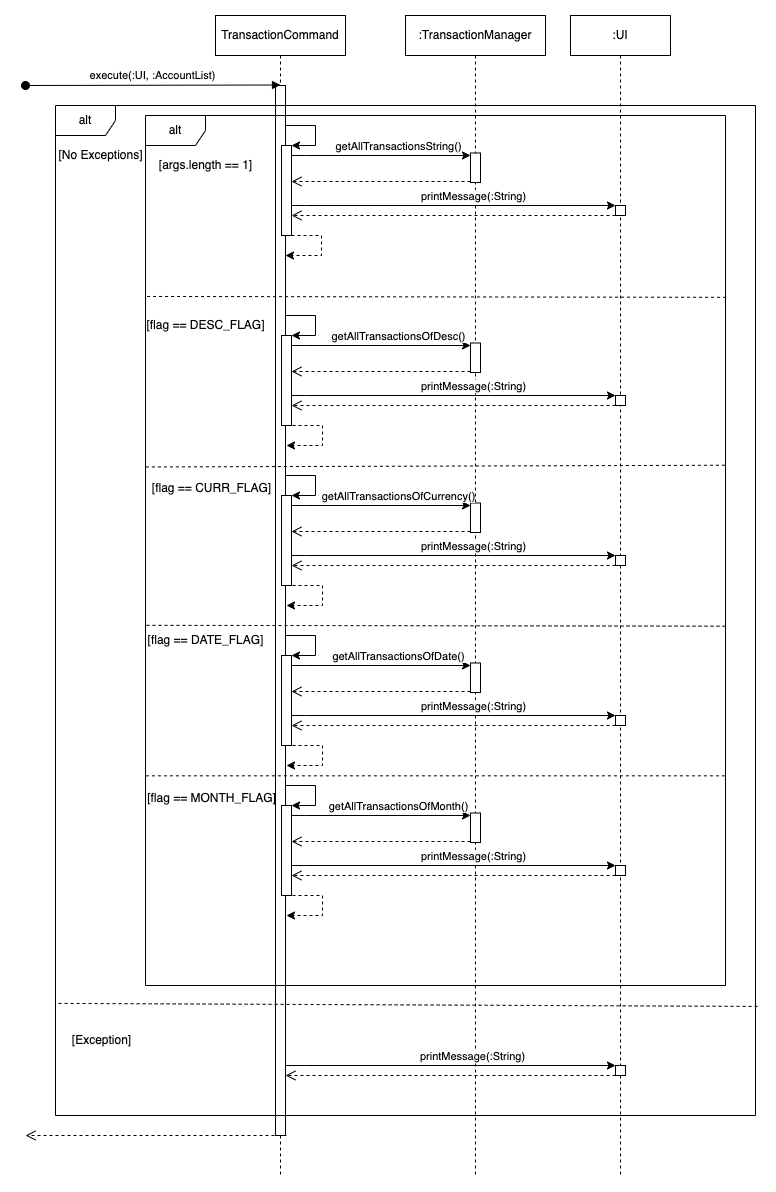
This is docs/images/ShowTransactionsSeqDiagram.png from nus-cs2113-AY2223S2/tp, a draw.io export, as it was before one commit. Source tidied: cells renumbered, new cells last; positions are measured from the earlier drawing's top-left corner, leaving out a move shared by most shapes.
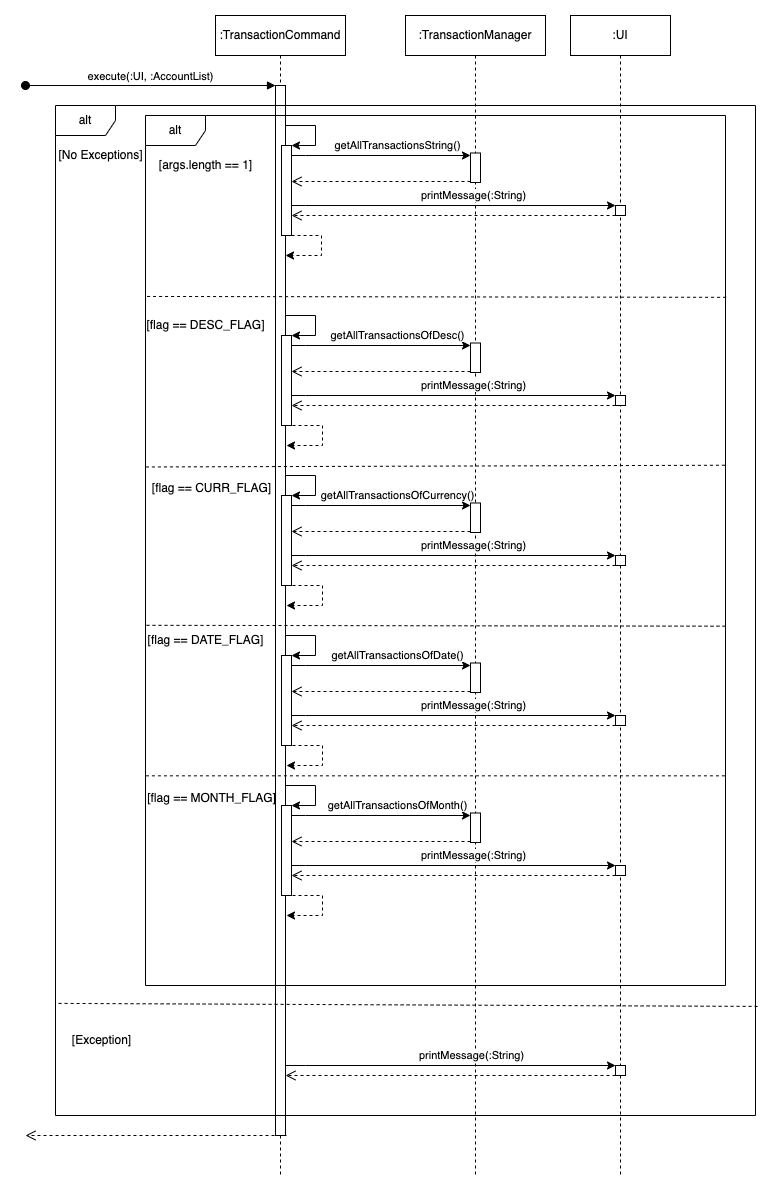
Later version of the same file.

Commit message:
Add colon for TransactionCommand instance

The edit, as a diff of the source:
```diff
@@ -2,7 +2,7 @@
   <root>
     <mxCell id="0" />
     <mxCell id="1" parent="0" />
-    <mxCell id="2" value="TransactionCommand" style="shape=umlLifeline;perimeter=lifelinePerimeter;whiteSpace=wrap;html=1;newEdgeStyle={&quot;edgeStyle&quot;:&quot;elbowEdgeStyle&quot;,&quot;elbow&quot;:&quot;vertical&quot;,&quot;curved&quot;:0,&quot;rounded&quot;:0};" parent="1" vertex="1">
+    <mxCell id="2" value=":TransactionCommand" style="shape=umlLifeline;perimeter=lifelinePerimeter;whiteSpace=wrap;html=1;newEdgeStyle={&quot;edgeStyle&quot;:&quot;elbowEdgeStyle&quot;,&quot;elbow&quot;:&quot;vertical&quot;,&quot;curved&quot;:0,&quot;rounded&quot;:0};" parent="1" vertex="1">
       <mxGeometry x="190" width="130" height="1160" as="geometry" />
     </mxCell>
     <mxCell id="3" style="html=1;points=[];perimeter=orthogonalPerimeter;outlineConnect=0;targetShapes=umlLifeline;portConstraint=eastwest;newEdgeStyle={&quot;edgeStyle&quot;:&quot;elbowEdgeStyle&quot;,&quot;elbow&quot;:&quot;vertical&quot;,&quot;curved&quot;:0,&quot;rounded&quot;:0};" parent="2" vertex="1">
```
